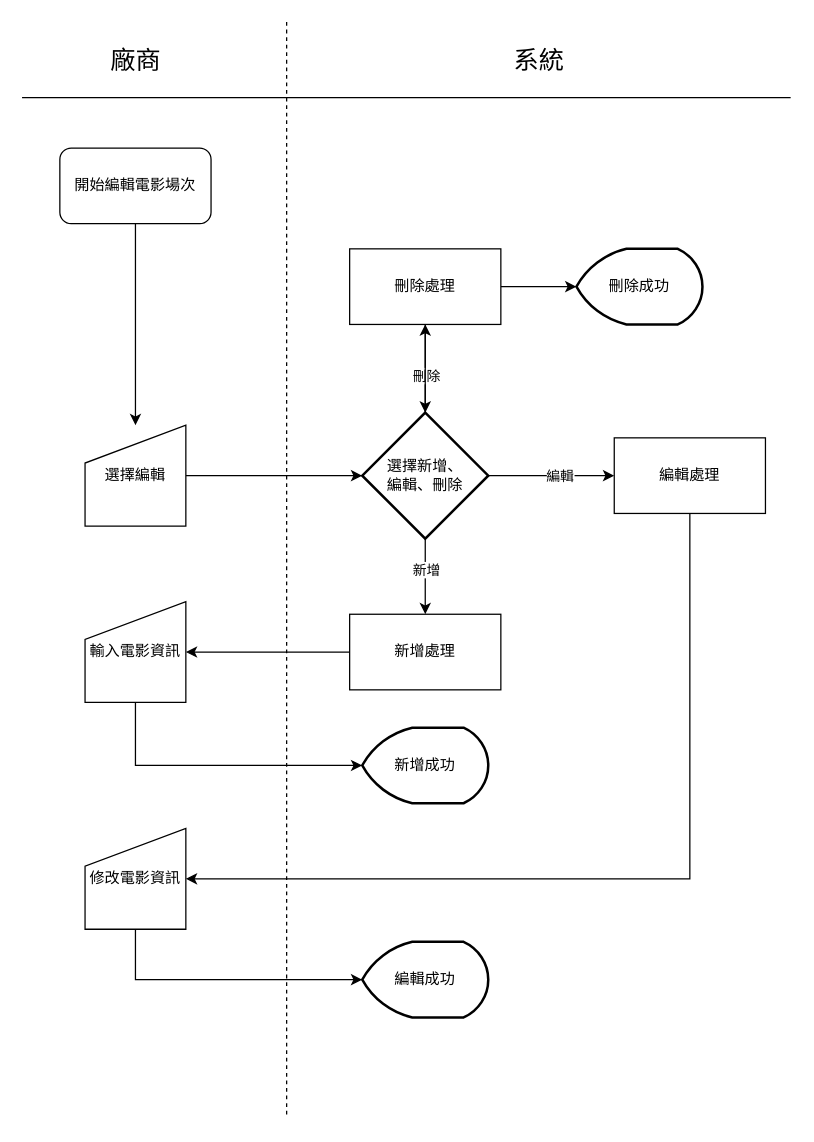
TYChicode/deepbowl keeps this draw.io diagram as 流程圖/原檔/編輯電影場次.drawio. Above is the earlier version. Source tidied: cells renumbered, new cells numbered last; positions are measured from the earlier drawing's top-left corner, leaving out a move shared by most shapes. Both pictures are drawn from the tidied source at 126%, with x=0, y=0 at pixel (21, 21).
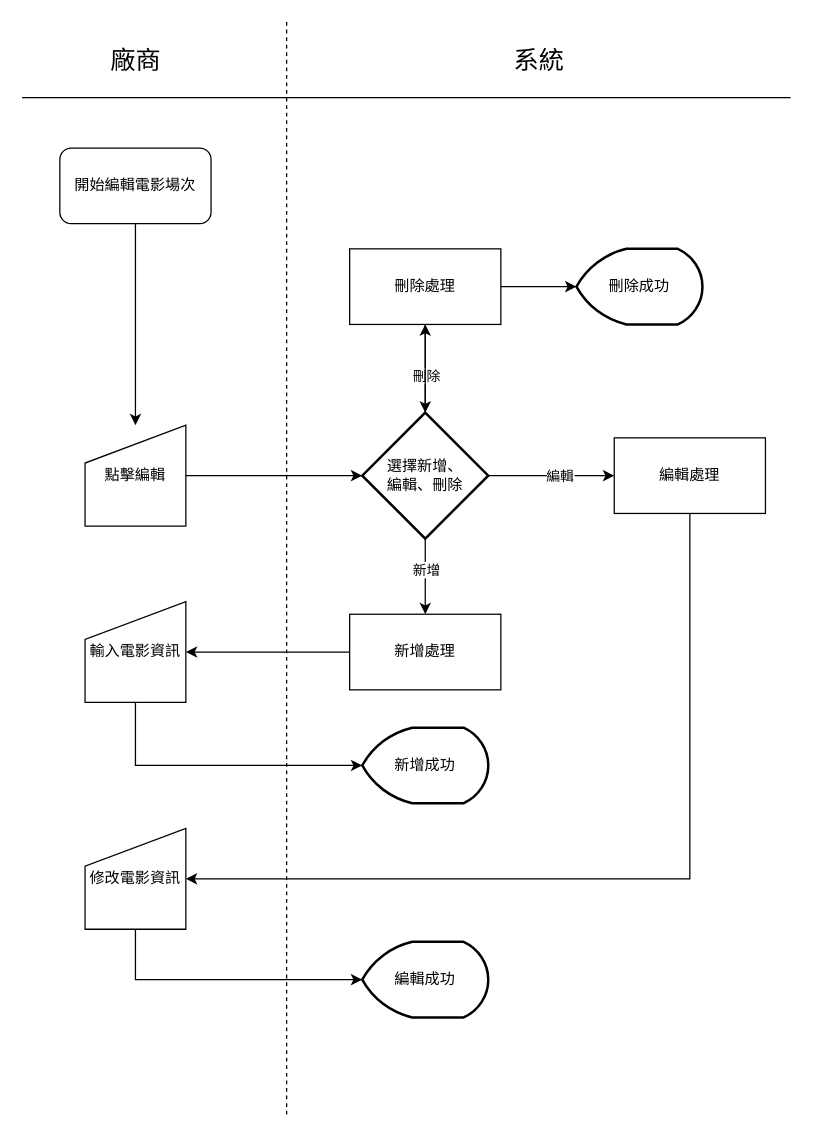
After the change.

The edit, as a diff of the source:
```diff
@@
-    <mxCell id="9" value="選擇編輯" style="shape=manualInput;whiteSpace=wrap;html=1;" parent="1" vertex="1">
+    <mxCell id="9" value="點擊編輯" style="shape=manualInput;whiteSpace=wrap;html=1;" parent="1" vertex="1">
       <mxGeometry x="50" y="320" width="80" height="80" as="geometry" />
     </mxCell>
```
